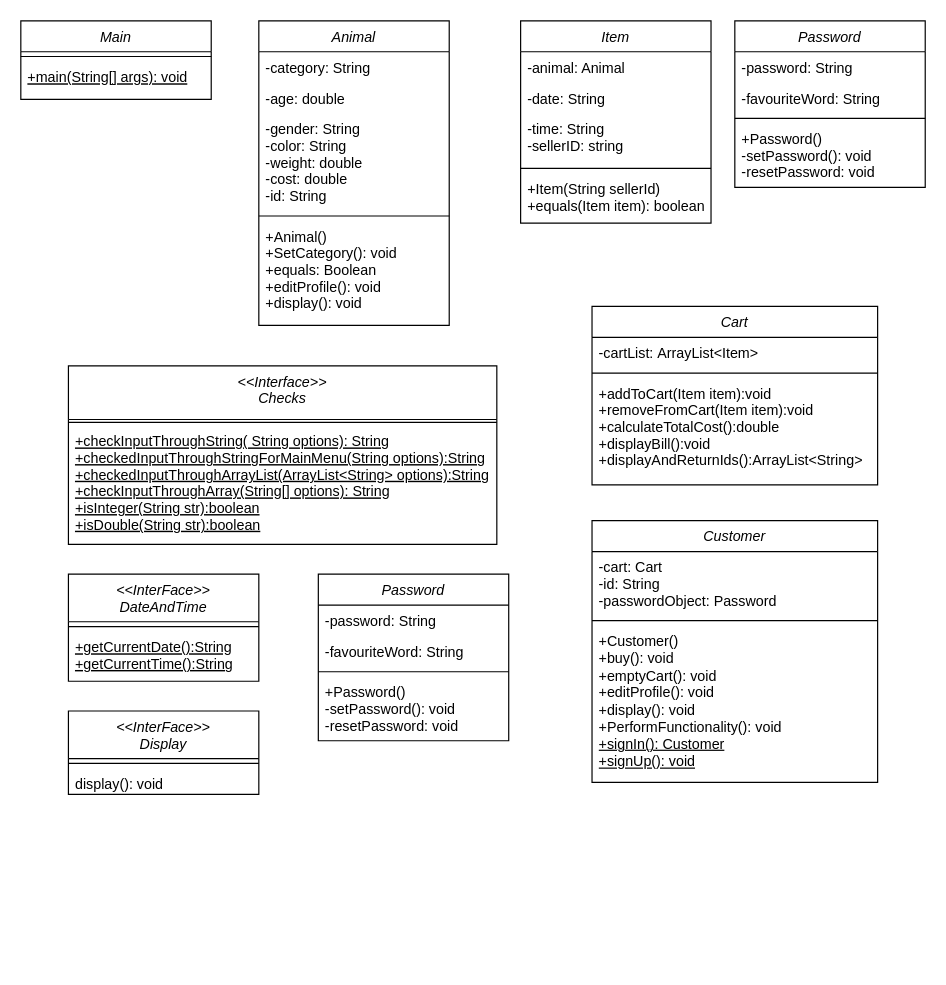
Earlier version of the draw.io diagram Diagram/ Analys_reflektion.drawio (GitoPot/Analys_reflektion). Source tidied: cells renumbered, new cells numbered last; positions are measured from the earlier drawing's top-left corner, leaving out a move shared by most shapes. Both pictures are drawn from the tidied source at 119%, with x=0, y=0 at pixel (20, 20).
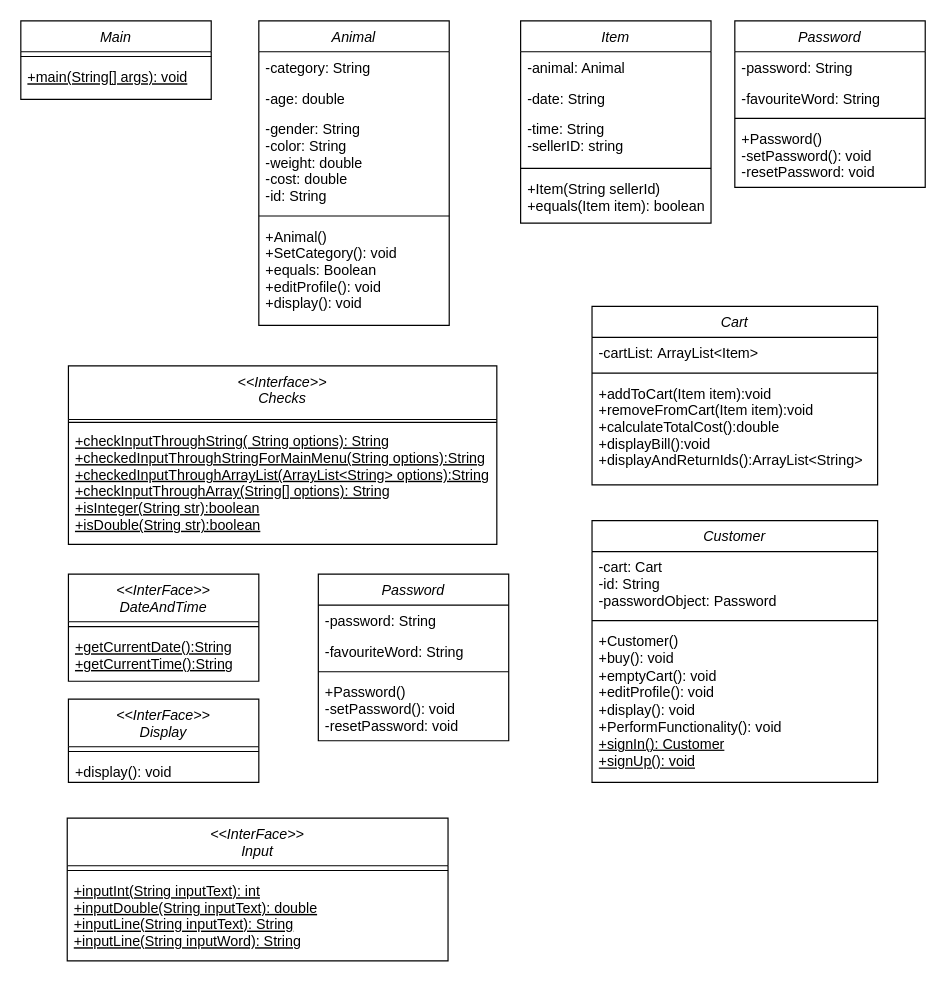
The same diagram, later.

Diff of the diagram source:
```diff
@@
     <mxCell id="31" value="&lt;&lt;InterFace&gt;&gt;&#10;Display" style="swimlane;fontStyle=2;align=center;verticalAlign=top;horizontal=1;startSize=40;rounded=0;shadow=0;strokeWidth=1;" parent="1" vertex="1">
-      <mxGeometry x="40" y="580" width="160" height="70" as="geometry" />
+      <mxGeometry x="40" y="570" width="160" height="70" as="geometry" />
     </mxCell>
@@
-    <mxCell id="33" value="display(): void" style="text;align=left;verticalAlign=top;spacingLeft=4;spacingRight=4;overflow=hidden;fontStyle=0;" parent="31" vertex="1">
+    <mxCell id="33" value="+display(): void" style="text;align=left;verticalAlign=top;spacingLeft=4;spacingRight=4;overflow=hidden;fontStyle=0;" parent="31" vertex="1">
       <mxGeometry y="48" width="160" height="22" as="geometry" />
     </mxCell>
@@
+    <mxCell id="44" value="&lt;&lt;InterFace&gt;&gt;&#10;Input" style="swimlane;fontStyle=2;align=center;verticalAlign=top;horizontal=1;startSize=40;rounded=0;shadow=0;strokeWidth=1;" parent="1" vertex="1">
+      <mxGeometry x="39" y="670" width="320" height="120" as="geometry" />
+    </mxCell>
+    <mxCell id="45" style="line;html=1;strokeWidth=1;align=left;verticalAlign=middle;spacingTop=-1;spacingLeft=3;spacingRight=3;labelPosition=right;" parent="44" vertex="1">
+      <mxGeometry y="40" width="320" height="8" as="geometry" />
+    </mxCell>
+    <mxCell id="46" value="+inputInt(String inputText): int&#10;+inputDouble(String inputText): double&#10;+inputLine(String inputText): String&#10;+inputLine(String inputWord): String&#10;" style="text;align=left;verticalAlign=top;spacingLeft=4;spacingRight=4;overflow=hidden;fontStyle=4;" parent="44" vertex="1">
+      <mxGeometry y="48" width="320" height="72" as="geometry" />
+    </mxCell>
```
